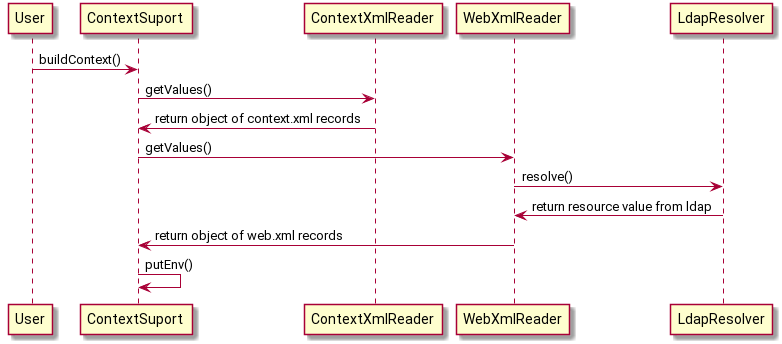
This is docs/contextsequence.png from ilb/node_context, a PlantUML export, as it was before one commit.
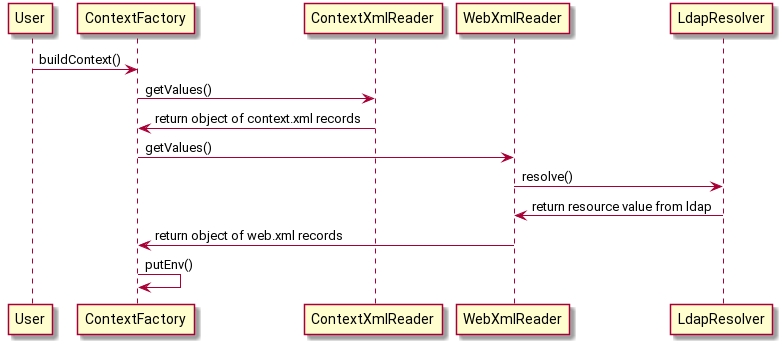
Later version of the same file.

Commit message:
ContextSupport -> ContextFactory

Diff of the diagram source:
```diff
@@ -1,12 +1,12 @@
 @startuml
-User -> ContextSuport: buildContext()
-ContextSuport -> ContextXmlReader: getValues()
-ContextXmlReader -> ContextSuport: return object of context.xml records
+User -> ContextFactory: buildContext()
+ContextFactory -> ContextXmlReader: getValues()
+ContextXmlReader -> ContextFactory: return object of context.xml records
 
-ContextSuport -> WebXmlReader: getValues()
+ContextFactory -> WebXmlReader: getValues()
 WebXmlReader -> LdapResolver: resolve()
 LdapResolver -> WebXmlReader: return resource value from ldap
-WebXmlReader -> ContextSuport: return object of web.xml records
+WebXmlReader -> ContextFactory: return object of web.xml records
 
-ContextSuport -> ContextSuport: putEnv()
+ContextFactory -> ContextFactory: putEnv()
 @enduml
```
